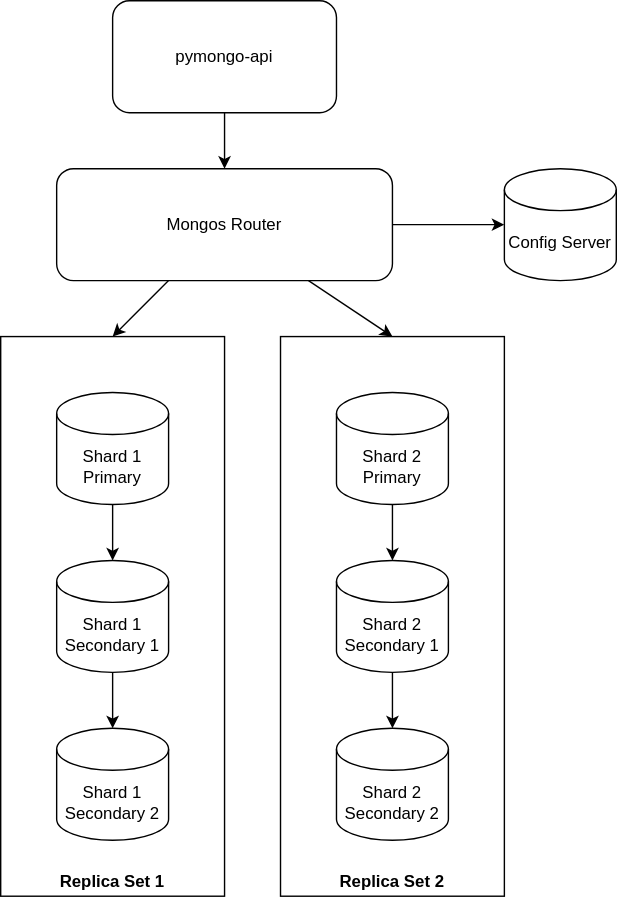
Ondrya/architecture-black_friday keeps this draw.io diagram as Task1/v2-add-replicas.svg. Above is the earlier version. Source tidied: cells renumbered, new cells last; positions are measured from the earlier drawing's top-left corner, leaving out a move shared by most shapes.
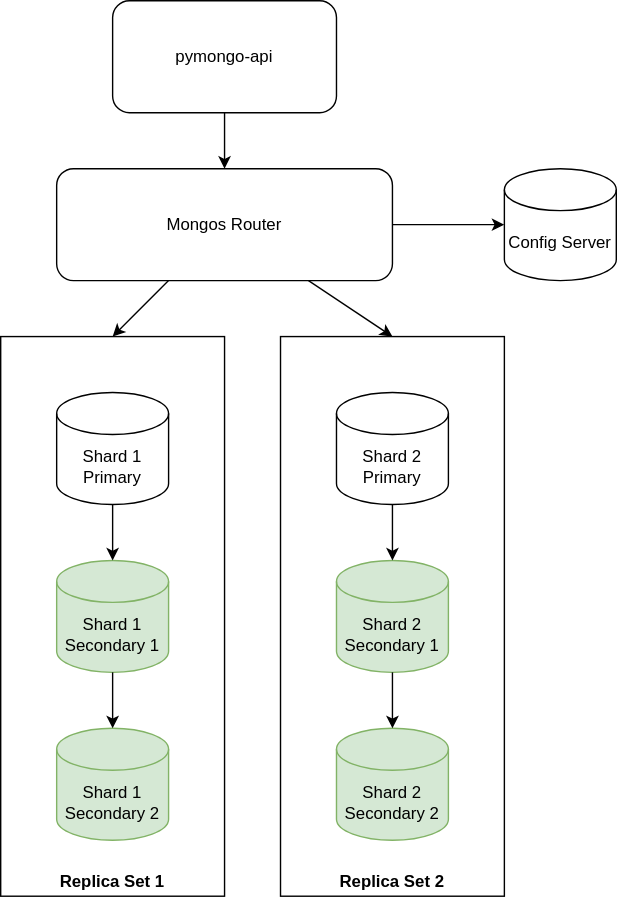
The same diagram one commit later.

The edit, as a diff of the source:
```diff
@@ -26,19 +26,19 @@
     <mxCell id="9" value="Shard 1 Primary" style="shape=cylinder3;whiteSpace=wrap;html=1;boundedLbl=1;backgroundOutline=1;size=15;" parent="1" vertex="1">
       <mxGeometry x="40" y="280" width="80" height="80" as="geometry" />
     </mxCell>
-    <mxCell id="10" value="Shard 1 Secondary 1" style="shape=cylinder3;whiteSpace=wrap;html=1;boundedLbl=1;backgroundOutline=1;size=15;" parent="1" vertex="1">
+    <mxCell id="10" value="Shard 1 Secondary 1" style="shape=cylinder3;whiteSpace=wrap;html=1;boundedLbl=1;backgroundOutline=1;size=15;fillColor=#d5e8d4;strokeColor=#82b366;" parent="1" vertex="1">
       <mxGeometry x="40" y="400" width="80" height="80" as="geometry" />
     </mxCell>
-    <mxCell id="11" value="Shard 1 Secondary 2" style="shape=cylinder3;whiteSpace=wrap;html=1;boundedLbl=1;backgroundOutline=1;size=15;" parent="1" vertex="1">
+    <mxCell id="11" value="Shard 1 Secondary 2" style="shape=cylinder3;whiteSpace=wrap;html=1;boundedLbl=1;backgroundOutline=1;size=15;fillColor=#d5e8d4;strokeColor=#82b366;" parent="1" vertex="1">
       <mxGeometry x="40" y="520" width="80" height="80" as="geometry" />
     </mxCell>
     <mxCell id="12" value="Shard 2 Primary" style="shape=cylinder3;whiteSpace=wrap;html=1;boundedLbl=1;backgroundOutline=1;size=15;" parent="1" vertex="1">
       <mxGeometry x="240" y="280" width="80" height="80" as="geometry" />
     </mxCell>
-    <mxCell id="13" value="Shard 2 Secondary 1" style="shape=cylinder3;whiteSpace=wrap;html=1;boundedLbl=1;backgroundOutline=1;size=15;" parent="1" vertex="1">
+    <mxCell id="13" value="Shard 2 Secondary 1" style="shape=cylinder3;whiteSpace=wrap;html=1;boundedLbl=1;backgroundOutline=1;size=15;fillColor=#d5e8d4;strokeColor=#82b366;" parent="1" vertex="1">
       <mxGeometry x="240" y="400" width="80" height="80" as="geometry" />
     </mxCell>
-    <mxCell id="14" value="Shard 2 Secondary 2" style="shape=cylinder3;whiteSpace=wrap;html=1;boundedLbl=1;backgroundOutline=1;size=15;" parent="1" vertex="1">
+    <mxCell id="14" value="Shard 2 Secondary 2" style="shape=cylinder3;whiteSpace=wrap;html=1;boundedLbl=1;backgroundOutline=1;size=15;fillColor=#d5e8d4;strokeColor=#82b366;" parent="1" vertex="1">
       <mxGeometry x="240" y="520" width="80" height="80" as="geometry" />
     </mxCell>
     <mxCell id="15" style="edgeStyle=orthogonalEdgeStyle;rounded=0;jettySize=auto;html=1;exitX=0.5;exitY=1;exitDx=0;exitDy=0;entryX=0.5;entryY=0;entryDx=0;entryDy=0;" parent="1" edge="1" source="4" target="7">
```
